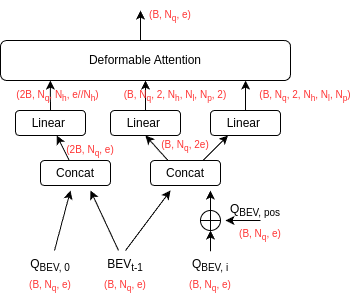
Earlier version of the draw.io export blogs/self-driving/figs/temporal_sa.drawio.png (YangyangFu/yangyangfu.github.io). Source tidied: cells renumbered, new cells last; positions are measured from the earlier drawing's top-left corner, leaving out a move shared by most shapes. The source it was exported from:
```xml
<mxGraphModel>
  <root>
    <mxCell id="0" />
    <mxCell id="1" parent="0" />
    <mxCell id="2" value="Deformable Attention" style="rounded=1;whiteSpace=wrap;html=1;" parent="1" vertex="1">
      <mxGeometry y="40" width="290" height="40" as="geometry" />
    </mxCell>
    <mxCell id="3" style="edgeStyle=none;html=1;" parent="1" edge="1" source="4">
      <mxGeometry relative="1" as="geometry">
        <mxPoint x="90" y="190" as="targetPoint" />
      </mxGeometry>
    </mxCell>
    <mxCell id="4" value="BEV&lt;sub&gt;t-1&lt;/sub&gt;" style="text;html=1;align=center;verticalAlign=middle;whiteSpace=wrap;rounded=0;" parent="1" vertex="1">
      <mxGeometry x="100" y="250" width="50" height="30" as="geometry" />
    </mxCell>
    <mxCell id="5" style="edgeStyle=none;html=1;entryX=0.25;entryY=1;entryDx=0;entryDy=0;" parent="1" edge="1">
      <mxGeometry relative="1" as="geometry">
        <mxPoint x="260" y="220" as="sourcePoint" />
        <mxPoint x="225" y="220" as="targetPoint" />
      </mxGeometry>
    </mxCell>
    <mxCell id="6" value="Q&lt;sub&gt;BEV, i&lt;/sub&gt;" style="text;html=1;align=center;verticalAlign=middle;whiteSpace=wrap;rounded=0;" parent="1" vertex="1">
      <mxGeometry x="160" y="250" width="100" height="30" as="geometry" />
    </mxCell>
    <mxCell id="7" style="shape=orEllipse;perimeter=ellipsePerimeter;whiteSpace=wrap;html=1;backgroundOutline=1;" parent="1" vertex="1">
      <mxGeometry x="200" y="210" width="20" height="20" as="geometry" />
    </mxCell>
    <mxCell id="8" style="endArrow=classic;html=1;exitX=0.5;exitY=0.026;exitDx=0;exitDy=0;exitPerimeter=0;entryX=0.5;entryY=1;entryDx=0;entryDy=0;" parent="1" edge="1" source="6" target="7">
      <mxGeometry relative="1" as="geometry" />
    </mxCell>
    <mxCell id="9" value="Q&lt;sub&gt;BEV, pos&lt;/sub&gt;" style="text;html=1;align=center;verticalAlign=middle;whiteSpace=wrap;rounded=0;" parent="1" vertex="1">
      <mxGeometry x="220" y="200" width="70" height="20" as="geometry" />
    </mxCell>
    <mxCell id="10" style="endArrow=classic;html=1;" parent="1" edge="1">
      <mxGeometry relative="1" as="geometry">
        <mxPoint x="209.9" y="210" as="sourcePoint" />
        <mxPoint x="209.9" y="190" as="targetPoint" />
      </mxGeometry>
    </mxCell>
    <mxCell id="11" style="edgeStyle=none;html=1;" parent="1" edge="1" source="12">
      <mxGeometry relative="1" as="geometry">
        <mxPoint x="70" y="190" as="targetPoint" />
      </mxGeometry>
    </mxCell>
    <mxCell id="12" value="Q&lt;sub&gt;BEV, 0&lt;/sub&gt;" style="text;html=1;align=center;verticalAlign=middle;whiteSpace=wrap;rounded=0;" parent="1" vertex="1">
      <mxGeometry y="250" width="100" height="30" as="geometry" />
    </mxCell>
    <mxCell id="13" style="endArrow=classic;html=1;exitX=0.5;exitY=0;exitDx=0;exitDy=0;" parent="1" edge="1" source="4">
      <mxGeometry relative="1" as="geometry">
        <mxPoint x="170" y="190" as="targetPoint" />
      </mxGeometry>
    </mxCell>
    <mxCell id="14" style="edgeStyle=none;html=1;" parent="1" edge="1" source="15" target="2">
      <mxGeometry relative="1" as="geometry" />
    </mxCell>
    <mxCell id="15" value="Linear&amp;nbsp;" style="rounded=1;whiteSpace=wrap;html=1;" parent="1" vertex="1">
      <mxGeometry x="110" y="110" width="70" height="25" as="geometry" />
    </mxCell>
    <mxCell id="16" style="edgeStyle=none;html=1;entryX=0.845;entryY=1;entryDx=0;entryDy=0;entryPerimeter=0;" parent="1" edge="1" source="17" target="2">
      <mxGeometry relative="1" as="geometry" />
    </mxCell>
    <mxCell id="17" value="Linear&amp;nbsp;" style="rounded=1;whiteSpace=wrap;html=1;" parent="1" vertex="1">
      <mxGeometry x="210" y="110" width="70" height="25" as="geometry" />
    </mxCell>
    <mxCell id="18" style="edgeStyle=none;html=1;exitX=0.25;exitY=0;exitDx=0;exitDy=0;entryX=0.5;entryY=1;entryDx=0;entryDy=0;" parent="1" edge="1" source="20" target="15">
      <mxGeometry relative="1" as="geometry" />
    </mxCell>
    <mxCell id="19" style="edgeStyle=none;html=1;exitX=0.75;exitY=0;exitDx=0;exitDy=0;entryX=0.25;entryY=1;entryDx=0;entryDy=0;" parent="1" edge="1" source="20" target="17">
      <mxGeometry relative="1" as="geometry" />
    </mxCell>
    <mxCell id="20" value="Concat" style="rounded=1;whiteSpace=wrap;html=1;" parent="1" vertex="1">
      <mxGeometry x="150" y="160" width="70" height="25" as="geometry" />
    </mxCell>
    <mxCell id="21" style="edgeStyle=none;html=1;entryX=0.172;entryY=1;entryDx=0;entryDy=0;entryPerimeter=0;" parent="1" edge="1" source="22" target="2">
      <mxGeometry relative="1" as="geometry" />
    </mxCell>
    <mxCell id="22" value="Linear&amp;nbsp;" style="rounded=1;whiteSpace=wrap;html=1;" parent="1" vertex="1">
      <mxGeometry x="15" y="110" width="70" height="25" as="geometry" />
    </mxCell>
    <mxCell id="23" style="edgeStyle=none;html=1;" parent="1" edge="1" source="24" target="22">
      <mxGeometry relative="1" as="geometry" />
    </mxCell>
    <mxCell id="24" value="Concat" style="rounded=1;whiteSpace=wrap;html=1;" parent="1" vertex="1">
      <mxGeometry x="40" y="160" width="70" height="25" as="geometry" />
    </mxCell>
    <mxCell id="25" style="edgeStyle=none;html=1;" parent="1" edge="1">
      <mxGeometry relative="1" as="geometry">
        <mxPoint x="140" y="40" as="sourcePoint" />
        <mxPoint x="140" y="10" as="targetPoint" />
      </mxGeometry>
    </mxCell>
    <mxCell id="26" value="(B, N&lt;sub&gt;&lt;font style=&quot;color: rgb(255, 51, 51);&quot;&gt;q&lt;/font&gt;&lt;/sub&gt;, e)" style="text;html=1;align=center;verticalAlign=middle;whiteSpace=wrap;rounded=0;fontColor=#FF3333;fontSize=10;" parent="1" vertex="1">
      <mxGeometry x="180" y="270" width="60" height="30" as="geometry" />
    </mxCell>
    <mxCell id="27" value="(B, N&lt;sub&gt;&lt;font style=&quot;color: rgb(255, 51, 51);&quot;&gt;q&lt;/font&gt;&lt;/sub&gt;, e)" style="text;html=1;align=center;verticalAlign=middle;whiteSpace=wrap;rounded=0;fontColor=#FF3333;fontSize=10;" parent="1" vertex="1">
      <mxGeometry x="95" y="270" width="60" height="30" as="geometry" />
    </mxCell>
    <mxCell id="28" value="(B, N&lt;sub&gt;&lt;font style=&quot;color: rgb(255, 51, 51);&quot;&gt;q&lt;/font&gt;&lt;/sub&gt;, e)" style="text;html=1;align=center;verticalAlign=middle;whiteSpace=wrap;rounded=0;fontColor=#FF3333;fontSize=10;" parent="1" vertex="1">
      <mxGeometry x="20" y="270" width="60" height="30" as="geometry" />
    </mxCell>
    <mxCell id="29" value="(B, N&lt;sub&gt;&lt;font style=&quot;color: rgb(255, 51, 51);&quot;&gt;q&lt;/font&gt;&lt;/sub&gt;, e)" style="text;html=1;align=center;verticalAlign=middle;whiteSpace=wrap;rounded=0;fontColor=#FF3333;fontSize=10;" parent="1" vertex="1">
      <mxGeometry x="230" y="219" width="60" height="30" as="geometry" />
    </mxCell>
    <mxCell id="30" value="(B, N&lt;sub&gt;&lt;font style=&quot;color: rgb(255, 51, 51);&quot;&gt;q&lt;/font&gt;&lt;/sub&gt;, 2e)" style="text;html=1;align=center;verticalAlign=middle;whiteSpace=wrap;rounded=0;fontColor=#FF3333;fontSize=10;" parent="1" vertex="1">
      <mxGeometry x="155" y="130" width="60" height="30" as="geometry" />
    </mxCell>
    <mxCell id="31" value="(2B, N&lt;sub&gt;&lt;font style=&quot;color: rgb(255, 51, 51);&quot;&gt;q&lt;/font&gt;&lt;/sub&gt;, e)" style="text;html=1;align=center;verticalAlign=middle;whiteSpace=wrap;rounded=0;fontColor=#FF3333;fontSize=10;" parent="1" vertex="1">
      <mxGeometry x="60" y="135" width="60" height="30" as="geometry" />
    </mxCell>
    <mxCell id="32" value="&lt;font&gt;&lt;font style=&quot;color: rgb(255, 51, 51);&quot;&gt;(B, N&lt;/font&gt;&lt;sub style=&quot;&quot;&gt;&lt;font style=&quot;color: rgb(255, 51, 51);&quot;&gt;q&lt;/font&gt;&lt;/sub&gt;&lt;font style=&quot;color: rgb(255, 51, 51);&quot;&gt;, 2, N&lt;/font&gt;&lt;sub style=&quot;color: light-dark(rgb(255, 51, 51), rgb(255, 119, 119));&quot;&gt;h&lt;/sub&gt;&lt;font style=&quot;color: rgb(255, 51, 51);&quot;&gt;, N&lt;/font&gt;&lt;sub style=&quot;color: light-dark(rgb(255, 51, 51), rgb(255, 119, 119));&quot;&gt;l&lt;/sub&gt;&lt;font style=&quot;color: rgb(255, 51, 51);&quot;&gt;, N&lt;/font&gt;&lt;sub style=&quot;color: light-dark(rgb(255, 51, 51), rgb(255, 119, 119));&quot;&gt;p&lt;/sub&gt;&lt;font style=&quot;color: rgb(255, 51, 51);&quot;&gt;, 2)&lt;/font&gt;&lt;/font&gt;" style="text;html=1;align=center;verticalAlign=middle;whiteSpace=wrap;rounded=0;fontColor=#FF3333;fontSize=10;" parent="1" vertex="1">
      <mxGeometry x="120" y="80" width="110" height="30" as="geometry" />
    </mxCell>
    <mxCell id="33" value="&lt;font&gt;&lt;font style=&quot;color: rgb(255, 51, 51);&quot;&gt;(B, N&lt;/font&gt;&lt;sub style=&quot;&quot;&gt;&lt;font style=&quot;color: rgb(255, 51, 51);&quot;&gt;q&lt;/font&gt;&lt;/sub&gt;&lt;font style=&quot;color: rgb(255, 51, 51);&quot;&gt;, 2, N&lt;/font&gt;&lt;sub style=&quot;color: light-dark(rgb(255, 51, 51), rgb(255, 119, 119));&quot;&gt;h&lt;/sub&gt;&lt;font style=&quot;color: rgb(255, 51, 51);&quot;&gt;, N&lt;/font&gt;&lt;sub style=&quot;color: light-dark(rgb(255, 51, 51), rgb(255, 119, 119));&quot;&gt;l&lt;/sub&gt;&lt;font style=&quot;color: rgb(255, 51, 51);&quot;&gt;, N&lt;/font&gt;&lt;sub style=&quot;color: light-dark(rgb(255, 51, 51), rgb(255, 119, 119));&quot;&gt;p&lt;/sub&gt;&lt;font style=&quot;color: rgb(255, 51, 51);&quot;&gt;)&lt;/font&gt;&lt;/font&gt;" style="text;html=1;align=center;verticalAlign=middle;whiteSpace=wrap;rounded=0;fontColor=#FF3333;fontSize=10;" parent="1" vertex="1">
      <mxGeometry x="250" y="80" width="110" height="30" as="geometry" />
    </mxCell>
    <mxCell id="34" value="(2B, N&lt;sub&gt;&lt;font style=&quot;color: rgb(255, 51, 51);&quot;&gt;q&lt;/font&gt;&lt;/sub&gt;, N&lt;sub&gt;&lt;font style=&quot;color: rgb(255, 51, 51);&quot;&gt;h&lt;/font&gt;&lt;/sub&gt;, e//N&lt;sub&gt;&lt;font style=&quot;color: rgb(255, 51, 51);&quot;&gt;h&lt;/font&gt;&lt;/sub&gt;)" style="text;html=1;align=center;verticalAlign=middle;whiteSpace=wrap;rounded=0;fontColor=#FF3333;fontSize=10;" parent="1" vertex="1">
      <mxGeometry x="10" y="80" width="95" height="30" as="geometry" />
    </mxCell>
    <mxCell id="35" value="(B, N&lt;sub&gt;&lt;font style=&quot;color: rgb(255, 51, 51);&quot;&gt;q&lt;/font&gt;&lt;/sub&gt;, e)" style="text;html=1;align=center;verticalAlign=middle;whiteSpace=wrap;rounded=0;fontColor=#FF3333;fontSize=10;" parent="1" vertex="1">
      <mxGeometry x="140" width="60" height="30" as="geometry" />
    </mxCell>
  </root>
</mxGraphModel>
```
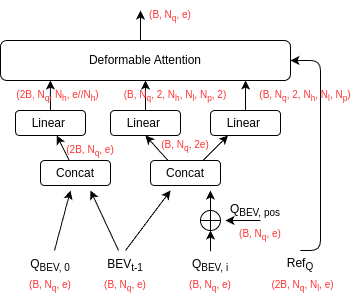
The same file after the commit.

Commit message:
added reference points for selfattention

Diff of the diagram source:
```diff
@@ -119,5 +119,19 @@
     <mxCell id="35" value="(B, N&lt;sub&gt;&lt;font style=&quot;color: rgb(255, 51, 51);&quot;&gt;q&lt;/font&gt;&lt;/sub&gt;, e)" style="text;html=1;align=center;verticalAlign=middle;whiteSpace=wrap;rounded=0;fontColor=#FF3333;fontSize=10;" parent="1" vertex="1">
       <mxGeometry x="140" width="60" height="30" as="geometry" />
     </mxCell>
+    <mxCell id="36" style="edgeStyle=elbowEdgeStyle;html=1;entryX=1;entryY=0.5;entryDx=0;entryDy=0;" parent="1" edge="1" target="2">
+      <mxGeometry relative="1" as="geometry">
+        <mxPoint x="299.9" y="250" as="sourcePoint" />
+        <Array as="points">
+          <mxPoint x="320" y="160" />
+        </Array>
+      </mxGeometry>
+    </mxCell>
+    <mxCell id="37" value="Ref&lt;sub&gt;Q&lt;/sub&gt;" style="text;html=1;align=center;verticalAlign=middle;whiteSpace=wrap;rounded=0;" parent="1" vertex="1">
+      <mxGeometry x="250" y="249" width="100" height="30" as="geometry" />
+    </mxCell>
+    <mxCell id="38" value="(2B, N&lt;sub&gt;&lt;font style=&quot;color: rgb(255, 51, 51);&quot;&gt;q&lt;/font&gt;&lt;/sub&gt;, N&lt;sub&gt;&lt;font style=&quot;color: rgb(255, 51, 51);&quot;&gt;l&lt;/font&gt;&lt;/sub&gt;, e)" style="text;html=1;align=center;verticalAlign=middle;whiteSpace=wrap;rounded=0;fontColor=#FF3333;fontSize=10;" parent="1" vertex="1">
+      <mxGeometry x="260" y="270" width="85" height="30" as="geometry" />
+    </mxCell>
   </root>
 </mxGraphModel>
```
